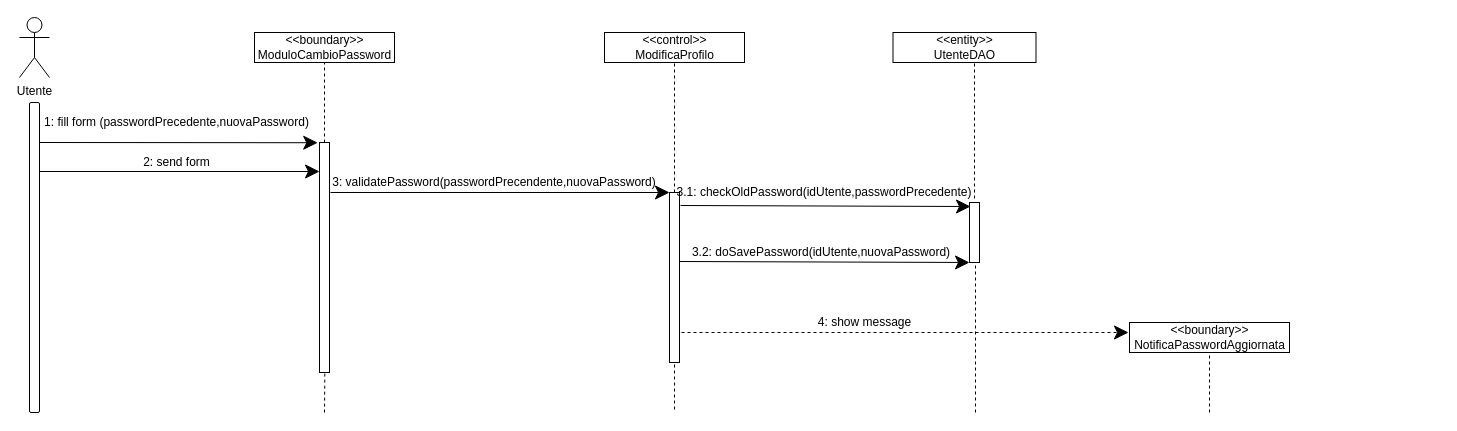
Above: DELIVERABLES/RAD/Sequence Diagram/Modifica Password/cambiopasswordtemplate.drawio in cirofalcianoproductions/InfinityGames (draw.io), before the change. Source tidied: cells renumbered, new cells numbered last; positions are measured from the earlier drawing's top-left corner, leaving out a move shared by most shapes. Both pictures are drawn from the tidied source at 100%, with x=0, y=0 at pixel (19, 17).
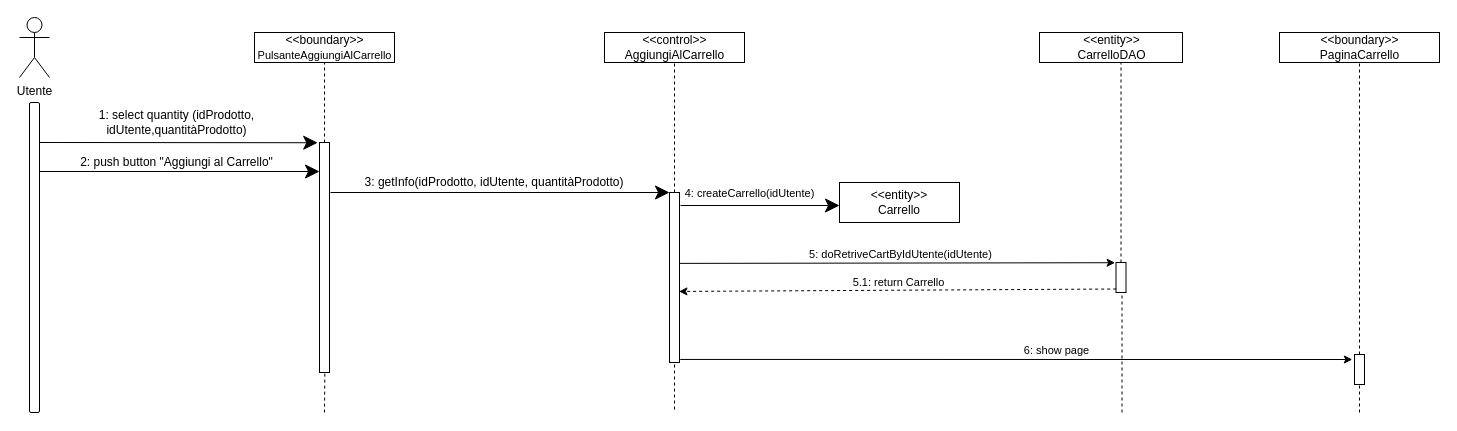
The same page after the edit.

The change refers to these unchanged cells:
```xml
<mxCell id="17" style="html=1;points=[];perimeter=orthogonalPerimeter;rounded=0;arcSize=50;" parent="1" vertex="1">
  <mxGeometry x="650" y="175" width="10" height="170" as="geometry" />
</mxCell>
```

What changed in the source:
```diff
@@
-    <mxCell id="4" value="&lt;div&gt;&amp;lt;&amp;lt;boundary&amp;gt;&amp;gt;&lt;/div&gt;&lt;div&gt;ModuloCambioPassword&lt;br&gt;&lt;/div&gt;" style="html=1;rounded=0;" parent="1" vertex="1">
+    <mxCell id="4" value="&lt;div&gt;&amp;lt;&amp;lt;boundary&amp;gt;&amp;gt;&lt;/div&gt;&lt;div&gt;&lt;font style=&quot;font-size: 11px&quot;&gt;PulsanteAggiungiAlCarrello&lt;/font&gt;&lt;br&gt;&lt;/div&gt;" style="html=1;rounded=0;" parent="1" vertex="1">
       <mxGeometry x="235" y="15" width="140" height="30" as="geometry" />
     </mxCell>
@@
-    <mxCell id="9" value="&lt;div&gt;&amp;lt;&amp;lt;control&amp;gt;&amp;gt;&lt;/div&gt;ModificaProfilo" style="html=1;rounded=0;" parent="1" vertex="1">
+    <mxCell id="9" value="&lt;div&gt;&amp;lt;&amp;lt;control&amp;gt;&amp;gt;&lt;/div&gt;AggiungiAlCarrello" style="html=1;rounded=0;" parent="1" vertex="1">
       <mxGeometry x="585" y="15" width="140" height="30" as="geometry" />
     </mxCell>
-    <mxCell id="10" value="&lt;div&gt;&amp;lt;&amp;lt;boundary&amp;gt;&amp;gt;&lt;/div&gt;&lt;div&gt;NotificaPasswordAggiornata&lt;br&gt;&lt;/div&gt;" style="html=1;rounded=0;" parent="1" vertex="1">
-      <mxGeometry x="1110" y="305" width="160" height="30" as="geometry" />
+    <mxCell id="10" value="&lt;div&gt;&amp;lt;&amp;lt;boundary&amp;gt;&amp;gt;&lt;/div&gt;&lt;div&gt;PaginaCarrello&lt;/div&gt;" style="html=1;rounded=0;" parent="1" vertex="1">
+      <mxGeometry x="1260" y="15" width="160" height="30" as="geometry" />
     </mxCell>
@@
-    <mxCell id="12" value="1: fill form (passwordPrecedente,nuovaPassword)" style="text;html=1;strokeColor=none;fillColor=none;align=center;verticalAlign=middle;whiteSpace=wrap;rounded=0;dashed=1;" parent="1" vertex="1">
+    <mxCell id="12" value="1: select quantity (idProdotto, idUtente,quantitàProdotto)" style="text;html=1;strokeColor=none;fillColor=none;align=center;verticalAlign=middle;whiteSpace=wrap;rounded=0;dashed=1;" parent="1" vertex="1">
       <mxGeometry x="20" y="95" width="275" height="20" as="geometry" />
     </mxCell>
-    <mxCell id="13" value="3: validatePassword(passwordPrecendente,nuovaPassword)" style="text;html=1;strokeColor=none;fillColor=none;align=center;verticalAlign=middle;whiteSpace=wrap;rounded=0;dashed=1;" parent="1" vertex="1">
+    <mxCell id="13" value="3: getInfo(idProdotto, idUtente, quantitàProdotto)" style="text;html=1;strokeColor=none;fillColor=none;align=center;verticalAlign=middle;whiteSpace=wrap;rounded=0;dashed=1;" parent="1" vertex="1">
       <mxGeometry x="290" y="155" width="370" height="20" as="geometry" />
     </mxCell>
-    <mxCell id="14" style="endArrow=classic;endFill=1;endSize=12;html=1;strokeColor=#000000;rounded=1;entryX=0;entryY=0.5;entryDx=0;entryDy=0;" parent="1" edge="1" target="18">
+    <mxCell id="14" style="endArrow=classic;endFill=1;endSize=12;html=1;strokeColor=#000000;rounded=1;entryX=0;entryY=0.5;entryDx=0;entryDy=0;" parent="1" edge="1">
       <mxGeometry relative="1" as="geometry">
         <mxPoint x="311" y="175" as="sourcePoint" />
+        <mxPoint x="650" y="175" as="targetPoint" />
       </mxGeometry>
     </mxCell>
-    <mxCell id="15" style="endArrow=classic;endFill=1;endSize=12;html=1;strokeColor=#000000;rounded=1;entryX=0.1;entryY=0.067;entryDx=0;entryDy=0;entryPerimeter=0;" parent="1" edge="1" target="22">
+    <mxCell id="15" style="endArrow=classic;endFill=1;endSize=12;html=1;strokeColor=#000000;rounded=1;" parent="1" edge="1">
       <mxGeometry relative="1" as="geometry">
         <mxPoint x="661" y="188" as="sourcePoint" />
+        <mxPoint x="820" y="188" as="targetPoint" />
       </mxGeometry>
     </mxCell>
+    <mxCell id="32" value="4: createCarrello(idUtente)" style="edgeLabel;html=1;align=center;verticalAlign=middle;" parent="15" vertex="1">
+      <mxGeometry x="-0.34" y="-1" relative="1" as="geometry">
+        <mxPoint x="16.6" y="-14" as="offset" />
+      </mxGeometry>
+    </mxCell>
@@
-    <mxCell id="18" value="3.1: checkOldPassword(idUtente,passwordPrecedente) " style="text;html=1;strokeColor=none;fillColor=none;align=center;verticalAlign=middle;whiteSpace=wrap;rounded=0;dashed=1;" parent="1" vertex="1">
-      <mxGeometry x="650" y="155" width="310" height="40" as="geometry" />
-    </mxCell>
@@
-    <mxCell id="20" value="&lt;div&gt;&amp;lt;&amp;lt;entity&amp;gt;&amp;gt;&lt;/div&gt;&lt;div&gt;UtenteDAO&lt;br&gt;&lt;/div&gt;" style="html=1;rounded=0;" parent="1" vertex="1">
-      <mxGeometry x="873.5" y="15" width="143" height="30" as="geometry" />
+    <mxCell id="20" value="&lt;div&gt;&amp;lt;&amp;lt;entity&amp;gt;&amp;gt;&lt;/div&gt;&lt;div&gt;CarrelloDAO&lt;br&gt;&lt;/div&gt;" style="html=1;rounded=0;" parent="1" vertex="1">
+      <mxGeometry x="1020" y="15" width="143" height="30" as="geometry" />
     </mxCell>
-    <mxCell id="21" style="endArrow=none;html=1;dashed=1;strokeColor=#000000;" parent="1" edge="1">
+    <mxCell id="21" style="endArrow=none;html=1;dashed=1;strokeColor=#000000;" parent="1" edge="1" source="22">
       <mxGeometry relative="1" as="geometry">
-        <mxPoint x="955" y="181" as="sourcePoint" />
-        <mxPoint x="955" y="45" as="targetPoint" />
+        <mxPoint x="1101.5" y="45" as="targetPoint" />
       </mxGeometry>
     </mxCell>
     <mxCell id="22" style="html=1;points=[];perimeter=orthogonalPerimeter;rounded=0;arcSize=50;" parent="1" vertex="1">
-      <mxGeometry x="950" y="185" width="10" height="60" as="geometry" />
+      <mxGeometry x="1096.5" y="245" width="10" height="30" as="geometry" />
     </mxCell>
@@
-    <mxCell id="24" style="endArrow=classic;endFill=1;endSize=12;html=1;strokeColor=#000000;rounded=1;dashed=1;" parent="1" edge="1">
-      <mxGeometry relative="1" as="geometry">
-        <mxPoint x="662" y="315" as="sourcePoint" />
-        <mxPoint x="1109" y="315" as="targetPoint" />
-      </mxGeometry>
-    </mxCell>
-    <mxCell id="25" value="4: show message" style="text;html=1;align=center;verticalAlign=middle;" parent="1" vertex="1">
-      <mxGeometry x="790" y="295" width="110" height="20" as="geometry" />
-    </mxCell>
-    <mxCell id="26" style="endArrow=classic;endFill=1;endSize=12;html=1;strokeColor=#000000;rounded=1;entryX=0.1;entryY=0.067;entryDx=0;entryDy=0;entryPerimeter=0;" parent="1" edge="1">
-      <mxGeometry relative="1" as="geometry">
-        <mxPoint x="660" y="244" as="sourcePoint" />
-        <mxPoint x="950" y="245" as="targetPoint" />
-      </mxGeometry>
-    </mxCell>
     <mxCell id="27" style="endArrow=none;html=1;entryX=0.6;entryY=1.05;entryDx=0;entryDy=0;entryPerimeter=0;dashed=1;" parent="1" edge="1" target="22">
       <mxGeometry relative="1" as="geometry">
-        <mxPoint x="956" y="395" as="sourcePoint" />
+        <mxPoint x="1102.5" y="395" as="sourcePoint" />
       </mxGeometry>
     </mxCell>
-    <mxCell id="28" value="3.2: doSavePassword(idUtente,nuovaPassword) " style="text;html=1;strokeColor=none;fillColor=none;align=center;verticalAlign=middle;whiteSpace=wrap;rounded=0;dashed=1;" parent="1" vertex="1">
-      <mxGeometry x="647" y="215" width="310" height="40" as="geometry" />
-    </mxCell>
@@
-    <mxCell id="30" value="2: send form" style="text;html=1;strokeColor=none;fillColor=none;align=center;verticalAlign=middle;whiteSpace=wrap;rounded=0;dashed=1;" parent="1" vertex="1">
+    <mxCell id="30" value="2: push button &quot;Aggiungi al Carrello&quot;" style="text;html=1;strokeColor=none;fillColor=none;align=center;verticalAlign=middle;whiteSpace=wrap;rounded=0;dashed=1;" parent="1" vertex="1">
       <mxGeometry x="20" y="135" width="275" height="20" as="geometry" />
     </mxCell>
-    <mxCell id="31" style="endArrow=none;html=1;dashed=1;strokeColor=#000000;entryX=0.5;entryY=1;entryDx=0;entryDy=0;" parent="1" edge="1" target="10">
-      <mxGeometry relative="1" as="geometry">
-        <mxPoint x="1190" y="395" as="sourcePoint" />
-      </mxGeometry>
+    <mxCell id="31" style="endArrow=none;html=1;dashed=1;strokeColor=#000000;entryX=0.5;entryY=1;entryDx=0;entryDy=0;" parent="1" edge="1" source="40" target="10">
+      <mxGeometry relative="1" as="geometry" />
     </mxCell>
+    <mxCell id="33" value="&amp;lt;&amp;lt;entity&amp;gt;&amp;gt;&lt;br&gt;Carrello" style="rounded=0;whiteSpace=wrap;html=1;" parent="1" vertex="1">
+      <mxGeometry x="820" y="165" width="120" height="40" as="geometry" />
+    </mxCell>
+    <mxCell id="34" style="endArrow=classic;html=1;entryX=-0.091;entryY=0.007;entryDx=0;entryDy=0;entryPerimeter=0;exitX=1.008;exitY=0.417;exitDx=0;exitDy=0;exitPerimeter=0;" parent="1" edge="1" source="17" target="22">
+      <mxGeometry relative="1" as="geometry" />
+    </mxCell>
+    <mxCell id="35" value="5: doRetriveCartByIdUtente(idUtente)" style="edgeLabel;html=1;align=center;verticalAlign=middle;" parent="34" vertex="1">
+      <mxGeometry y="-1" relative="1" as="geometry">
+        <mxPoint x="2.1" y="-9.8" as="offset" />
+      </mxGeometry>
+    </mxCell>
+    <mxCell id="36" style="endArrow=classic;html=1;exitX=0.017;exitY=0.884;exitDx=0;exitDy=0;exitPerimeter=0;entryX=0.95;entryY=0.582;entryDx=0;entryDy=0;entryPerimeter=0;dashed=1;" parent="1" edge="1" source="22" target="17">
+      <mxGeometry relative="1" as="geometry" />
+    </mxCell>
+    <mxCell id="37" value="5.1: return Carrello" style="edgeLabel;html=1;align=center;verticalAlign=middle;" parent="36" vertex="1">
+      <mxGeometry x="-0.1" relative="1" as="geometry">
+        <mxPoint x="-21.2" y="-8.1" as="offset" />
+      </mxGeometry>
+    </mxCell>
+    <mxCell id="38" style="endArrow=classic;html=1;exitX=1.067;exitY=0.982;exitDx=0;exitDy=0;exitPerimeter=0;entryX=-0.22;entryY=0.167;entryDx=0;entryDy=0;entryPerimeter=0;" parent="1" edge="1" source="17" target="40">
+      <mxGeometry relative="1" as="geometry" />
+    </mxCell>
+    <mxCell id="39" value="6: show page" style="edgeLabel;html=1;align=center;verticalAlign=middle;" parent="38" vertex="1">
+      <mxGeometry x="0.12" y="1" relative="1" as="geometry">
+        <mxPoint y="-8" as="offset" />
+      </mxGeometry>
+    </mxCell>
+    <mxCell id="40" style="html=1;points=[];perimeter=orthogonalPerimeter;rounded=0;arcSize=50;" parent="1" vertex="1">
+      <mxGeometry x="1335" y="337" width="10" height="30" as="geometry" />
+    </mxCell>
+    <mxCell id="41" style="endArrow=none;html=1;dashed=1;strokeColor=#000000;entryX=0.5;entryY=1;entryDx=0;entryDy=0;" parent="1" edge="1" target="40">
+      <mxGeometry relative="1" as="geometry">
+        <mxPoint x="1340" y="395" as="sourcePoint" />
+      </mxGeometry>
+    </mxCell>
```
